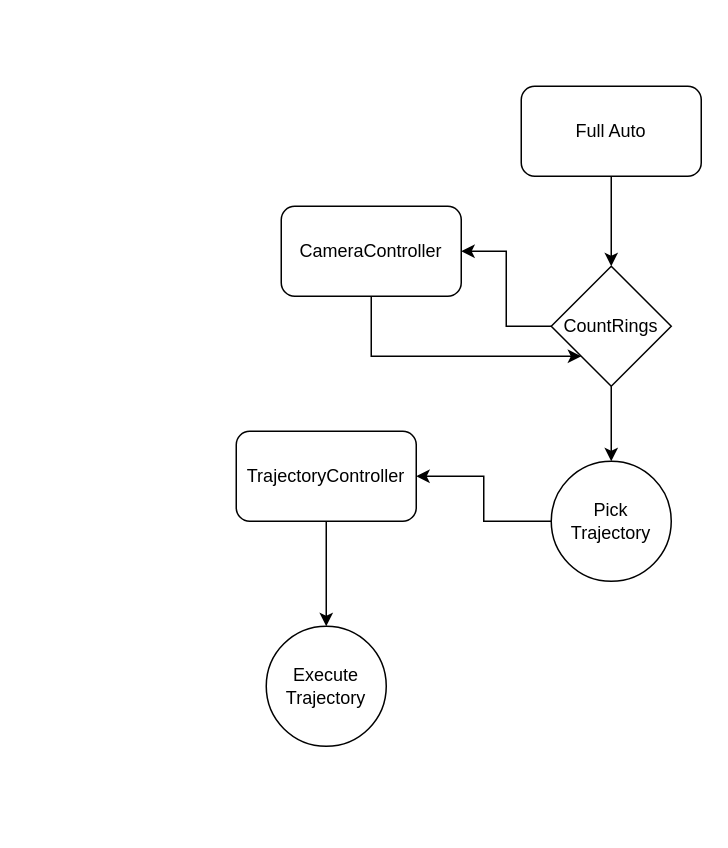
This is page "Page-1" (1 of 2) of doc/readme_pics/Untitled Diagram.drawio from dgorbunov/UltimateGoal, a draw.io file, before an edit. Source tidied: cells renumbered, new cells numbered last; positions are measured from the earlier drawing's top-left corner, leaving out a move shared by most shapes. Both pictures are drawn from the tidied source at 150%, with x=0, y=0 at pixel (236, 86).
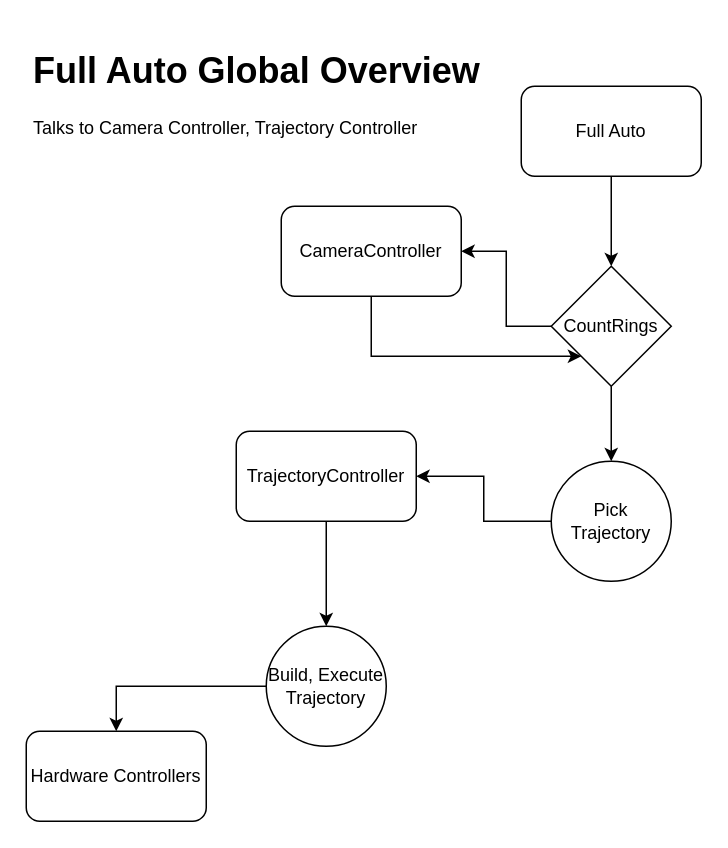
The same page after the edit.

Commit message:
Update FSM Diagram

The edit, as a diff of the source:
```diff
@@
 <mxGraphModel>
   <root>
     <mxCell id="0" />
     <mxCell id="1" parent="0" />
     <mxCell id="2" style="edgeStyle=orthogonalEdgeStyle;rounded=0;jettySize=auto;html=1;exitX=0.5;exitY=1;exitDx=0;exitDy=0;entryX=0;entryY=1;entryDx=0;entryDy=0;" parent="1" edge="1" source="3" target="8">
       <mxGeometry relative="1" as="geometry" />
     </mxCell>
     <mxCell id="3" value="CameraController" style="rounded=1;whiteSpace=wrap;html=1;" parent="1" vertex="1">
       <mxGeometry x="30" y="80" width="120" height="60" as="geometry" />
     </mxCell>
     <mxCell id="4" style="edgeStyle=orthogonalEdgeStyle;rounded=0;jettySize=auto;html=1;entryX=0.5;entryY=0;entryDx=0;entryDy=0;" parent="1" edge="1" source="5" target="8">
       <mxGeometry relative="1" as="geometry" />
     </mxCell>
     <mxCell id="5" value="Full Auto" style="rounded=1;whiteSpace=wrap;html=1;" parent="1" vertex="1">
       <mxGeometry x="190" width="120" height="60" as="geometry" />
     </mxCell>
     <mxCell id="6" style="edgeStyle=orthogonalEdgeStyle;rounded=0;jettySize=auto;html=1;" parent="1" edge="1" source="8" target="3">
       <mxGeometry relative="1" as="geometry" />
     </mxCell>
     <mxCell id="7" style="edgeStyle=orthogonalEdgeStyle;rounded=0;jettySize=auto;html=1;entryX=0.5;entryY=0;entryDx=0;entryDy=0;" parent="1" edge="1" source="8" target="10">
       <mxGeometry relative="1" as="geometry" />
     </mxCell>
     <mxCell id="8" value="CountRings" style="rhombus;whiteSpace=wrap;html=1;" parent="1" vertex="1">
       <mxGeometry x="210" y="120" width="80" height="80" as="geometry" />
     </mxCell>
     <mxCell id="9" style="edgeStyle=orthogonalEdgeStyle;rounded=0;jettySize=auto;html=1;" parent="1" edge="1" source="10" target="12">
       <mxGeometry relative="1" as="geometry" />
     </mxCell>
     <mxCell id="10" value="Pick Trajectory" style="ellipse;whiteSpace=wrap;html=1;" parent="1" vertex="1">
       <mxGeometry x="210" y="250" width="80" height="80" as="geometry" />
     </mxCell>
     <mxCell id="11" style="edgeStyle=orthogonalEdgeStyle;rounded=0;jettySize=auto;html=1;" parent="1" edge="1" source="12">
       <mxGeometry relative="1" as="geometry">
         <mxPoint x="60" y="360" as="targetPoint" />
       </mxGeometry>
     </mxCell>
     <mxCell id="12" value="TrajectoryController" style="rounded=1;whiteSpace=wrap;html=1;" parent="1" vertex="1">
       <mxGeometry y="230" width="120" height="60" as="geometry" />
     </mxCell>
+    <mxCell id="14" style="edgeStyle=orthogonalEdgeStyle;rounded=0;jettySize=auto;html=1;exitX=0;exitY=0.5;exitDx=0;exitDy=0;entryX=0.5;entryY=0;entryDx=0;entryDy=0;" parent="1" edge="1" source="13" target="15">
+      <mxGeometry relative="1" as="geometry" />
+    </mxCell>
-    <mxCell id="13" value="Execute Trajectory" style="ellipse;whiteSpace=wrap;html=1;" parent="1" vertex="1">
+    <mxCell id="13" value="Build, Execute Trajectory" style="ellipse;whiteSpace=wrap;html=1;" parent="1" vertex="1">
       <mxGeometry x="20" y="360" width="80" height="80" as="geometry" />
     </mxCell>
+    <mxCell id="15" value="Hardware Controllers" style="rounded=1;whiteSpace=wrap;html=1;" parent="1" vertex="1">
+      <mxGeometry x="-140" y="430" width="120" height="60" as="geometry" />
+    </mxCell>
+    <mxCell id="16" value="&lt;h1&gt;Full Auto Global Overview&lt;/h1&gt;&lt;div&gt;Talks to Camera Controller, Trajectory Controller&lt;/div&gt;&lt;div&gt;&lt;br&gt;&lt;/div&gt;" style="text;html=1;strokeColor=none;fillColor=none;spacing=5;spacingTop=-20;whiteSpace=wrap;overflow=hidden;rounded=0;" parent="1" vertex="1">
+      <mxGeometry x="-140" y="-30" width="330" height="120" as="geometry" />
+    </mxCell>
   </root>
 </mxGraphModel>
```
